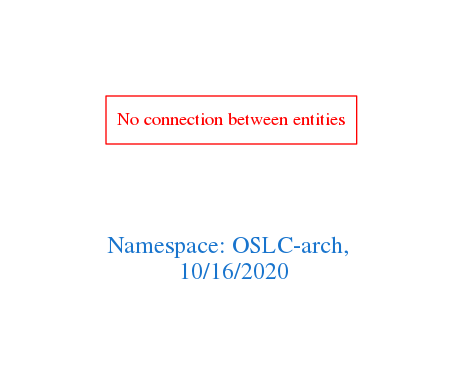
Before: downloads/OSLC-arch.png, a diagram exported from Graphviz (arago/OGIT). Its source is kept beside it as downloads/OSLC-arch.dot.
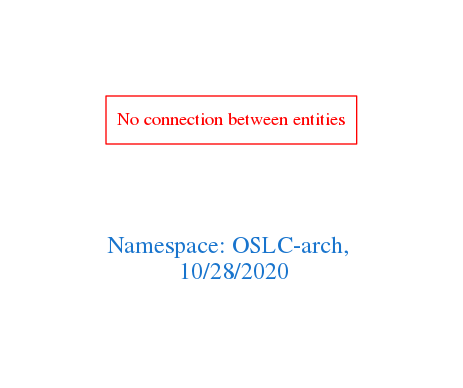
After the change.

Change to the diagram source:
```diff
@@ -1,7 +1,7 @@
 digraph OGIT_ontology {
  graph [ rankdir= LR,pad=1
 fontsize = 18,
-fontcolor= dodgerblue3,label = "\n\n\nNamespace: OSLC-arch, \n 10/16/2020"];
+fontcolor= dodgerblue3,label = "\n\n\nNamespace: OSLC-arch, \n 10/28/2020"];
 node[shape=polygon];
 edge [  color="gray81"];
 
```
